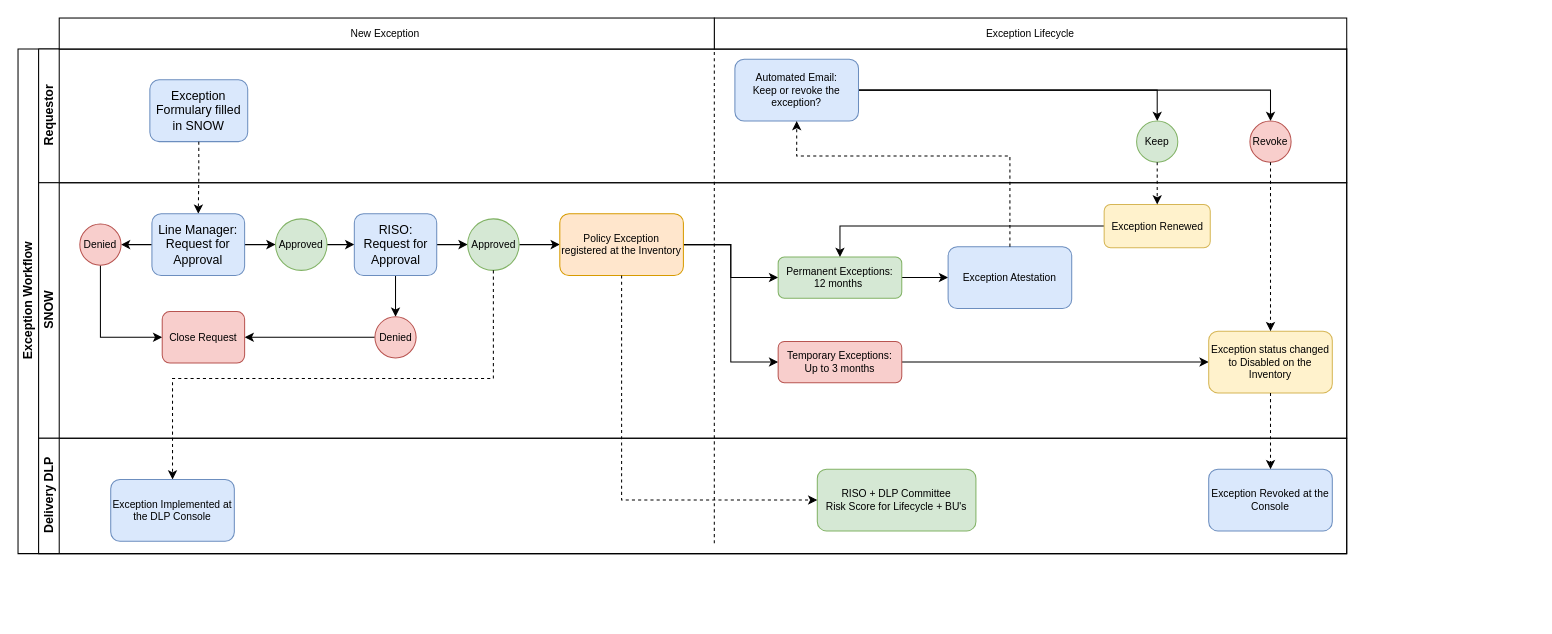
This is Fluxograma.drawio from jovblopes/Internet-of-Things, a draw.io file, before an edit. Source tidied: cells renumbered, new cells numbered last; positions are measured from the earlier drawing's top-left corner, leaving out a move shared by most shapes. Both pictures are drawn from the tidied source at 103%, with x=0, y=0 at pixel (18, 18).
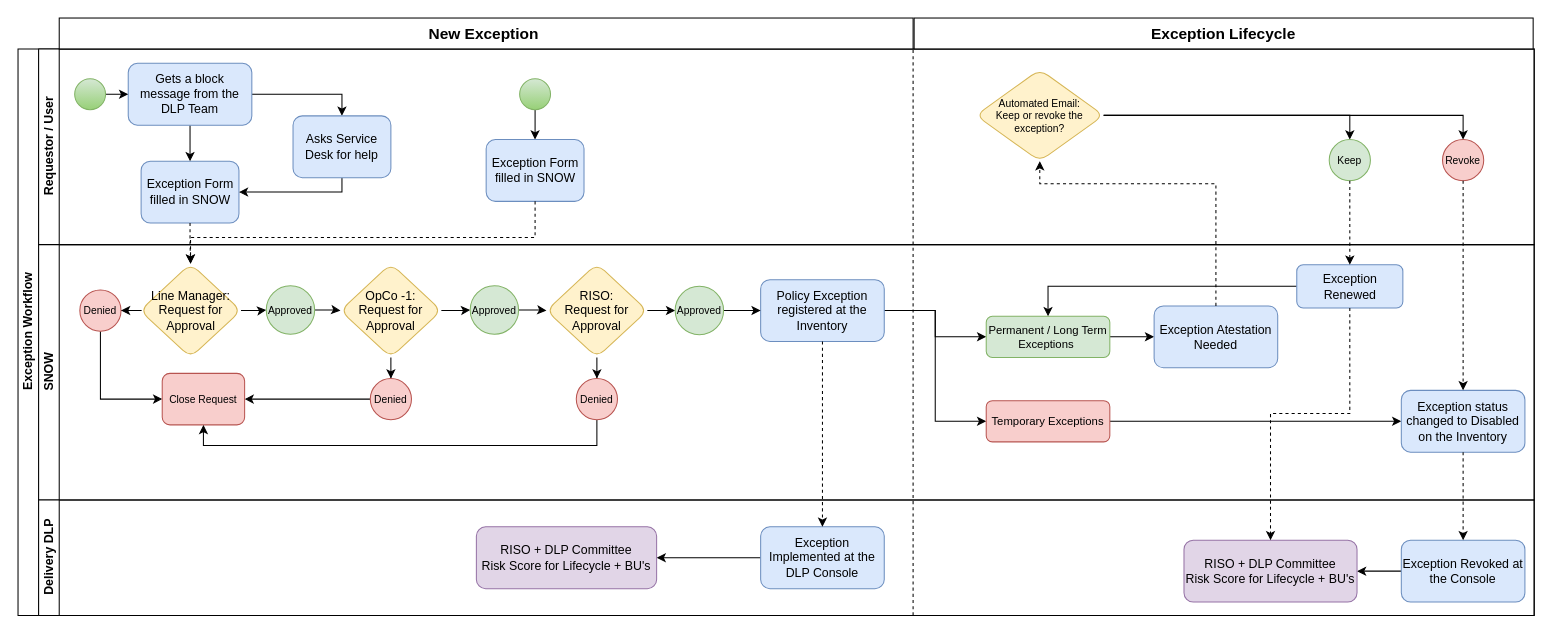
Above is the later version.

Unchanged cells that the change refers to:
```xml
<mxCell id="29" value="Close Request" style="rounded=1;whiteSpace=wrap;html=1;fontSize=10;fillColor=#f8cecc;strokeColor=#b85450;" parent="14" vertex="1">
  <mxGeometry x="120" y="125" width="80" height="50" as="geometry" />
</mxCell>
```

What changed in the source:
```diff
@@
     <mxCell id="2" style="group;" parent="1" vertex="1">
-      <mxGeometry width="1290" height="510" as="geometry" />
+      <mxGeometry width="1472" height="520" as="geometry" />
     </mxCell>
     <mxCell id="3" style="group;" parent="2" vertex="1">
-      <mxGeometry width="1290" height="510" as="geometry" />
+      <mxGeometry width="1472" height="520" as="geometry" />
     </mxCell>
     <mxCell id="4" value="Exception Workflow" style="swimlane;html=1;horizontal=0;startSize=20;" parent="3" vertex="1">
-      <mxGeometry y="30" width="1290" height="490" as="geometry" />
+      <mxGeometry y="30" width="1472" height="550" as="geometry" />
     </mxCell>
-    <mxCell id="5" value="Requestor" style="swimlane;html=1;startSize=20;horizontal=0;" parent="4" vertex="1">
-      <mxGeometry x="20" width="1270" height="130" as="geometry" />
+    <mxCell id="5" value="Requestor / User" style="swimlane;html=1;startSize=20;horizontal=0;" parent="4" vertex="1">
+      <mxGeometry x="20" width="1452" height="190" as="geometry" />
     </mxCell>
-    <mxCell id="6" value="Exception Formulary filled in SNOW" style="rounded=1;whiteSpace=wrap;html=1;fontFamily=Helvetica;fontSize=12;align=center;fillColor=#dae8fc;strokeColor=#6c8ebf;" parent="5" vertex="1">
-      <mxGeometry x="108" y="30" width="95" height="60" as="geometry" />
+    <mxCell id="6" value="Exception Form filled in SNOW" style="rounded=1;whiteSpace=wrap;html=1;fontFamily=Helvetica;fontSize=12;align=center;fillColor=#dae8fc;strokeColor=#6c8ebf;" parent="5" vertex="1">
+      <mxGeometry x="99.5" y="109" width="95" height="60" as="geometry" />
     </mxCell>
-    <mxCell id="7" value="Exception Lifecycle" style="rounded=0;whiteSpace=wrap;html=1;fontSize=10;" parent="5" vertex="1">
-      <mxGeometry x="656" y="-30" width="614" height="30" as="geometry" />
+    <mxCell id="7" value="Exception Lifecycle" style="rounded=0;whiteSpace=wrap;html=1;fontSize=15;fontStyle=1;" parent="5" vertex="1">
+      <mxGeometry x="850" y="-30" width="601" height="30" as="geometry" />
     </mxCell>
     <mxCell id="8" style="edgeStyle=orthogonalEdgeStyle;rounded=0;jettySize=auto;html=1;entryX=0.5;entryY=0;entryDx=0;entryDy=0;fontSize=10;" parent="5" edge="1" source="10" target="11">
-      <mxGeometry relative="1" as="geometry" />
+      <mxGeometry relative="1" as="geometry">
+        <Array as="points">
+          <mxPoint x="1273" y="65" />
+        </Array>
+      </mxGeometry>
     </mxCell>
     <mxCell id="9" style="edgeStyle=orthogonalEdgeStyle;rounded=0;jettySize=auto;html=1;entryX=0.5;entryY=0;entryDx=0;entryDy=0;fontSize=10;" parent="5" edge="1" source="10" target="12">
-      <mxGeometry relative="1" as="geometry" />
+      <mxGeometry relative="1" as="geometry">
+        <Array as="points">
+          <mxPoint x="1383" y="65" />
+        </Array>
+      </mxGeometry>
     </mxCell>
-    <mxCell id="10" value="Automated Email:&lt;br&gt;Keep or revoke the exception?" style="rounded=1;whiteSpace=wrap;html=1;fontSize=10;fillColor=#dae8fc;strokeColor=#6c8ebf;" parent="5" vertex="1">
-      <mxGeometry x="676" y="10" width="120" height="60" as="geometry" />
+    <mxCell id="10" value="Automated Email:&lt;br&gt;Keep or revoke the exception?" style="rhombus;&#10;rounded=1;whiteSpace=wrap;html=1;fontSize=10;fillColor=#fff2cc;strokeColor=#d6b656;rounded=1;" parent="5" vertex="1">
+      <mxGeometry x="910" y="20" width="124" height="89" as="geometry" />
     </mxCell>
     <mxCell id="11" value="Keep" style="ellipse;whiteSpace=wrap;html=1;rounded=1;fontSize=10;fillColor=#d5e8d4;strokeColor=#82b366;" parent="5" vertex="1">
-      <mxGeometry x="1066" y="70" width="40" height="40" as="geometry" />
+      <mxGeometry x="1253" y="88" width="40" height="40" as="geometry" />
     </mxCell>
     <mxCell id="12" value="Revoke" style="ellipse;whiteSpace=wrap;html=1;rounded=1;fontSize=10;fillColor=#f8cecc;strokeColor=#b85450;" parent="5" vertex="1">
-      <mxGeometry x="1176" y="70" width="40" height="40" as="geometry" />
+      <mxGeometry x="1363" y="88" width="40" height="40" as="geometry" />
     </mxCell>
-    <mxCell id="13" style="edgeStyle=orthogonalEdgeStyle;rounded=0;jettySize=auto;html=1;entryX=0.5;entryY=0;entryDx=0;entryDy=0;dashed=1;" parent="4" edge="1" source="6" target="17">
-      <mxGeometry relative="1" as="geometry" />
-    </mxCell>
+    <mxCell id="53" style="edgeStyle=orthogonalEdgeStyle;rounded=0;jettySize=auto;html=1;entryX=0.5;entryY=0;entryDx=0;entryDy=0;fontSize=10;" parent="5" edge="1" source="55" target="6">
+      <mxGeometry relative="1" as="geometry" />
+    </mxCell>
+    <mxCell id="54" style="edgeStyle=orthogonalEdgeStyle;rounded=0;jettySize=auto;html=1;entryX=0.5;entryY=0;entryDx=0;entryDy=0;fontSize=10;" parent="5" edge="1" source="55" target="57">
+      <mxGeometry relative="1" as="geometry" />
+    </mxCell>
+    <mxCell id="55" value="&lt;font style=&quot;font-size: 12px&quot;&gt;Gets a block message from the DLP Team&lt;/font&gt;" style="rounded=1;whiteSpace=wrap;html=1;fontSize=10;fillColor=#dae8fc;strokeColor=#6c8ebf;" parent="5" vertex="1">
+      <mxGeometry x="87" y="14" width="120" height="60" as="geometry" />
+    </mxCell>
+    <mxCell id="56" style="edgeStyle=orthogonalEdgeStyle;rounded=0;jettySize=auto;html=1;entryX=1;entryY=0.5;entryDx=0;entryDy=0;fontSize=10;" parent="5" edge="1" source="57" target="6">
+      <mxGeometry relative="1" as="geometry">
+        <Array as="points">
+          <mxPoint x="295" y="139" />
+        </Array>
+      </mxGeometry>
+    </mxCell>
+    <mxCell id="57" value="Asks Service Desk for help" style="rounded=1;whiteSpace=wrap;html=1;fontFamily=Helvetica;fontSize=12;align=center;fillColor=#dae8fc;strokeColor=#6c8ebf;" parent="5" vertex="1">
+      <mxGeometry x="247" y="65" width="95" height="60" as="geometry" />
+    </mxCell>
+    <mxCell id="58" style="edgeStyle=orthogonalEdgeStyle;rounded=0;jettySize=auto;html=1;entryX=0;entryY=0.5;entryDx=0;entryDy=0;fontSize=10;" parent="5" edge="1" source="59" target="55">
+      <mxGeometry relative="1" as="geometry" />
+    </mxCell>
+    <mxCell id="59" style="ellipse;whiteSpace=wrap;html=1;rounded=1;fontSize=10;fillColor=#d5e8d4;strokeColor=#82b366;gradientColor=#97d077;" parent="5" vertex="1">
+      <mxGeometry x="35" y="29" width="30" height="30" as="geometry" />
+    </mxCell>
+    <mxCell id="60" style="edgeStyle=orthogonalEdgeStyle;rounded=0;jettySize=auto;html=1;entryX=0.5;entryY=0;entryDx=0;entryDy=0;fontSize=10;" parent="5" edge="1" source="61" target="62">
+      <mxGeometry relative="1" as="geometry" />
+    </mxCell>
+    <mxCell id="61" style="ellipse;whiteSpace=wrap;html=1;rounded=1;fontSize=10;fillColor=#d5e8d4;strokeColor=#82b366;gradientColor=#97d077;" parent="5" vertex="1">
+      <mxGeometry x="467" y="29" width="30" height="30" as="geometry" />
+    </mxCell>
+    <mxCell id="62" value="Exception Form filled in SNOW" style="rounded=1;whiteSpace=wrap;html=1;fontFamily=Helvetica;fontSize=12;align=center;fillColor=#dae8fc;strokeColor=#6c8ebf;" parent="5" vertex="1">
+      <mxGeometry x="434.5" y="88" width="95" height="60" as="geometry" />
+    </mxCell>
     <mxCell id="14" value="SNOW" style="swimlane;html=1;startSize=20;horizontal=0;" parent="4" vertex="1">
-      <mxGeometry x="20" y="130" width="1270" height="248" as="geometry" />
+      <mxGeometry x="20" y="190" width="1452" height="248" as="geometry" />
     </mxCell>
@@
-    <mxCell id="17" value="Line Manager:&lt;br&gt;Request for Approval" style="rounded=1;whiteSpace=wrap;html=1;fontFamily=Helvetica;fontSize=12;align=center;fillColor=#dae8fc;strokeColor=#6c8ebf;" parent="14" vertex="1">
-      <mxGeometry x="110" y="30" width="90" height="60" as="geometry" />
+    <mxCell id="17" value="&lt;font style=&quot;font-size: 12px&quot;&gt;Line Manager:&lt;br&gt;Request for Approval&lt;/font&gt;" style="rhombus;rounded=1;whiteSpace=wrap;html=1;fontFamily=Helvetica;fontSize=12;align=center;fillColor=#fff2cc;strokeColor=#d6b656;" parent="14" vertex="1">
+      <mxGeometry x="98.5" y="18.5" width="98" height="91" as="geometry" />
     </mxCell>
@@
     <mxCell id="19" value="Approved" style="ellipse;whiteSpace=wrap;html=1;fillColor=#d5e8d4;strokeColor=#82b366;fontSize=10;" parent="14" vertex="1">
-      <mxGeometry x="230" y="35" width="50" height="50" as="geometry" />
+      <mxGeometry x="221" y="40" width="47" height="47" as="geometry" />
     </mxCell>
@@
     <mxCell id="21" value="Denied" style="ellipse;whiteSpace=wrap;html=1;rounded=1;fontSize=10;fillColor=#f8cecc;strokeColor=#b85450;" parent="14" vertex="1">
-      <mxGeometry x="40" y="40" width="40" height="40" as="geometry" />
+      <mxGeometry x="40" y="44" width="40" height="40" as="geometry" />
     </mxCell>
@@
-    <mxCell id="24" value="RISO:&lt;br&gt;Request for Approval" style="rounded=1;whiteSpace=wrap;html=1;fontFamily=Helvetica;fontSize=12;align=center;fillColor=#dae8fc;strokeColor=#6c8ebf;" parent="14" vertex="1">
-      <mxGeometry x="306.5" y="30" width="80" height="60" as="geometry" />
+    <mxCell id="24" value="OpCo -1:&lt;br&gt;Request for Approval" style="rhombus;rounded=1;whiteSpace=wrap;html=1;fontFamily=Helvetica;fontSize=12;align=center;fillColor=#fff2cc;strokeColor=#d6b656;" parent="14" vertex="1">
+      <mxGeometry x="293" y="18.5" width="98" height="91" as="geometry" />
     </mxCell>
-    <mxCell id="25" style="edgeStyle=orthogonalEdgeStyle;rounded=0;jettySize=auto;html=1;entryX=0;entryY=0.5;entryDx=0;entryDy=0;fontSize=10;" parent="14" edge="1" source="26" target="32">
-      <mxGeometry relative="1" as="geometry" />
-    </mxCell>
+    <mxCell id="63" style="edgeStyle=orthogonalEdgeStyle;rounded=0;jettySize=auto;html=1;entryX=0;entryY=0.5;entryDx=0;entryDy=0;fontSize=10;" parent="14" edge="1" source="26" target="66">
+      <mxGeometry relative="1" as="geometry" />
+    </mxCell>
     <mxCell id="26" value="Approved" style="ellipse;whiteSpace=wrap;html=1;fillColor=#d5e8d4;strokeColor=#82b366;fontSize=10;" parent="14" vertex="1">
-      <mxGeometry x="416.5" y="35" width="50" height="50" as="geometry" />
+      <mxGeometry x="419" y="40" width="47" height="47" as="geometry" />
     </mxCell>
@@
     <mxCell id="28" value="Denied" style="ellipse;whiteSpace=wrap;html=1;rounded=1;fontSize=10;fillColor=#f8cecc;strokeColor=#b85450;" parent="14" vertex="1">
-      <mxGeometry x="326.5" y="130" width="40" height="40" as="geometry" />
+      <mxGeometry x="322" y="130" width="40" height="40" as="geometry" />
     </mxCell>
@@
-    <mxCell id="32" value="Policy Exception registered at the Inventory" style="rounded=1;whiteSpace=wrap;html=1;fontSize=10;fillColor=#ffe6cc;strokeColor=#d79b00;" parent="14" vertex="1">
-      <mxGeometry x="506" y="30" width="120" height="60" as="geometry" />
+    <mxCell id="32" value="Policy Exception registered at the Inventory" style="rounded=1;whiteSpace=wrap;html=1;fontSize=12;fillColor=#dae8fc;strokeColor=#6c8ebf;" parent="14" vertex="1">
+      <mxGeometry x="701" y="34" width="120" height="60" as="geometry" />
     </mxCell>
@@
-    <mxCell id="34" value="Temporary Exceptions:&lt;br&gt;Up to 3 months" style="rounded=1;whiteSpace=wrap;html=1;fontSize=10;fillColor=#f8cecc;strokeColor=#b85450;" parent="14" vertex="1">
-      <mxGeometry x="718" y="154" width="120" height="40" as="geometry" />
+    <mxCell id="34" value="Temporary Exceptions" style="rounded=1;whiteSpace=wrap;html=1;fontSize=11;fillColor=#f8cecc;strokeColor=#b85450;" parent="14" vertex="1">
+      <mxGeometry x="920" y="151.5" width="120" height="40" as="geometry" />
     </mxCell>
@@
-    <mxCell id="36" value="Permanent Exceptions:&lt;br&gt;12 months&amp;nbsp;" style="rounded=1;whiteSpace=wrap;html=1;fontSize=10;fillColor=#d5e8d4;strokeColor=#82b366;" parent="14" vertex="1">
-      <mxGeometry x="718" y="72" width="120" height="40" as="geometry" />
+    <mxCell id="36" value="Permanent / Long Term Exceptions&amp;nbsp;" style="rounded=1;whiteSpace=wrap;html=1;fontSize=11;fillColor=#d5e8d4;strokeColor=#82b366;" parent="14" vertex="1">
+      <mxGeometry x="920" y="69.5" width="120" height="40" as="geometry" />
     </mxCell>
-    <mxCell id="37" value="Exception Atestation" style="rounded=1;whiteSpace=wrap;html=1;fontSize=10;fillColor=#dae8fc;strokeColor=#6c8ebf;" parent="14" vertex="1">
-      <mxGeometry x="883" y="62" width="120" height="60" as="geometry" />
+    <mxCell id="37" value="&lt;font style=&quot;font-size: 12px&quot;&gt;Exception Atestation Needed&lt;/font&gt;" style="rounded=1;whiteSpace=wrap;html=1;fontSize=10;fillColor=#dae8fc;strokeColor=#6c8ebf;" parent="14" vertex="1">
+      <mxGeometry x="1083" y="59.5" width="120" height="60" as="geometry" />
     </mxCell>
-    <mxCell id="38" value="Exception status changed to Disabled on the Inventory" style="rounded=1;whiteSpace=wrap;html=1;fontSize=10;fillColor=#fff2cc;strokeColor=#d6b656;" parent="14" vertex="1">
-      <mxGeometry x="1136" y="144" width="120" height="60" as="geometry" />
+    <mxCell id="38" value="Exception status changed to Disabled on the Inventory" style="rounded=1;whiteSpace=wrap;html=1;fontSize=12;fillColor=#dae8fc;strokeColor=#6c8ebf;" parent="14" vertex="1">
+      <mxGeometry x="1323" y="141.5" width="120" height="60" as="geometry" />
     </mxCell>
@@
-    <mxCell id="40" value="Exception Renewed" style="rounded=1;whiteSpace=wrap;html=1;fontSize=10;fillColor=#fff2cc;strokeColor=#d6b656;" parent="14" vertex="1">
-      <mxGeometry x="1034.5" y="21" width="103" height="42" as="geometry" />
+    <mxCell id="40" value="Exception Renewed" style="rounded=1;whiteSpace=wrap;html=1;fontSize=12;fillColor=#dae8fc;strokeColor=#6c8ebf;" parent="14" vertex="1">
+      <mxGeometry x="1221.5" y="19.5" width="103" height="42" as="geometry" />
     </mxCell>
-    <mxCell id="41" style="edgeStyle=orthogonalEdgeStyle;rounded=0;jettySize=auto;html=1;entryX=0.5;entryY=0;entryDx=0;entryDy=0;fontSize=10;dashed=1;" parent="4" edge="1" source="26" target="43">
-      <mxGeometry relative="1" as="geometry">
-        <Array as="points">
-          <mxPoint x="462" y="320" />
-          <mxPoint x="150" y="320" />
-        </Array>
-      </mxGeometry>
-    </mxCell>
+    <mxCell id="64" style="edgeStyle=orthogonalEdgeStyle;rounded=0;jettySize=auto;html=1;entryX=0.5;entryY=0;entryDx=0;entryDy=0;fontSize=10;" parent="14" edge="1" source="66" target="68">
+      <mxGeometry relative="1" as="geometry" />
+    </mxCell>
+    <mxCell id="65" style="edgeStyle=orthogonalEdgeStyle;rounded=0;jettySize=auto;html=1;entryX=0;entryY=0.5;entryDx=0;entryDy=0;fontSize=10;" parent="14" edge="1" source="66" target="70">
+      <mxGeometry relative="1" as="geometry" />
+    </mxCell>
+    <mxCell id="66" value="RISO:&lt;br&gt;Request for Approval" style="rhombus;rounded=1;whiteSpace=wrap;html=1;fontFamily=Helvetica;fontSize=12;align=center;fillColor=#fff2cc;strokeColor=#d6b656;" parent="14" vertex="1">
+      <mxGeometry x="493" y="18.5" width="98" height="91" as="geometry" />
+    </mxCell>
+    <mxCell id="67" style="edgeStyle=orthogonalEdgeStyle;rounded=0;jettySize=auto;html=1;entryX=0.5;entryY=1;entryDx=0;entryDy=0;fontSize=10;" parent="14" edge="1" source="68" target="29">
+      <mxGeometry relative="1" as="geometry">
+        <Array as="points">
+          <mxPoint x="542" y="195" />
+          <mxPoint x="160" y="195" />
+        </Array>
+      </mxGeometry>
+    </mxCell>
+    <mxCell id="68" value="Denied" style="ellipse;whiteSpace=wrap;html=1;rounded=1;fontSize=10;fillColor=#f8cecc;strokeColor=#b85450;" parent="14" vertex="1">
+      <mxGeometry x="522" y="130" width="40" height="40" as="geometry" />
+    </mxCell>
+    <mxCell id="69" style="edgeStyle=orthogonalEdgeStyle;rounded=0;jettySize=auto;html=1;entryX=0;entryY=0.5;entryDx=0;entryDy=0;fontSize=10;" parent="14" edge="1" source="70" target="32">
+      <mxGeometry relative="1" as="geometry" />
+    </mxCell>
+    <mxCell id="70" value="Approved" style="ellipse;whiteSpace=wrap;html=1;fillColor=#d5e8d4;strokeColor=#82b366;fontSize=10;" parent="14" vertex="1">
+      <mxGeometry x="618" y="40.5" width="47" height="47" as="geometry" />
+    </mxCell>
     <mxCell id="42" value="Delivery DLP" style="swimlane;html=1;startSize=20;horizontal=0;" parent="4" vertex="1">
-      <mxGeometry x="20" y="378" width="1270" height="112" as="geometry" />
+      <mxGeometry x="20" y="438" width="1452" height="112" as="geometry" />
     </mxCell>
+    <mxCell id="71" style="edgeStyle=orthogonalEdgeStyle;rounded=0;jettySize=auto;html=1;entryX=1;entryY=0.5;entryDx=0;entryDy=0;fontSize=10;" parent="42" edge="1" source="43" target="73">
+      <mxGeometry relative="1" as="geometry" />
+    </mxCell>
-    <mxCell id="43" value="Exception Implemented at the DLP Console" style="rounded=1;whiteSpace=wrap;html=1;fontSize=10;fillColor=#dae8fc;strokeColor=#6c8ebf;" parent="42" vertex="1">
-      <mxGeometry x="70" y="40" width="120" height="60" as="geometry" />
+    <mxCell id="43" value="Exception Implemented at the DLP Console" style="rounded=1;whiteSpace=wrap;html=1;fontSize=12;fillColor=#dae8fc;strokeColor=#6c8ebf;" parent="42" vertex="1">
+      <mxGeometry x="701" y="26" width="120" height="60" as="geometry" />
     </mxCell>
+    <mxCell id="72" style="edgeStyle=orthogonalEdgeStyle;rounded=0;jettySize=auto;html=1;entryX=1;entryY=0.5;entryDx=0;entryDy=0;fontSize=10;" parent="42" edge="1" source="44" target="45">
+      <mxGeometry relative="1" as="geometry" />
+    </mxCell>
-    <mxCell id="44" value="Exception Revoked at the Console" style="rounded=1;whiteSpace=wrap;html=1;fontSize=10;fillColor=#dae8fc;strokeColor=#6c8ebf;" parent="42" vertex="1">
-      <mxGeometry x="1136" y="30" width="120" height="60" as="geometry" />
+    <mxCell id="44" value="Exception Revoked at the Console" style="rounded=1;whiteSpace=wrap;html=1;fontSize=12;fillColor=#dae8fc;strokeColor=#6c8ebf;" parent="42" vertex="1">
+      <mxGeometry x="1323" y="39" width="120" height="60" as="geometry" />
     </mxCell>
-    <mxCell id="45" value="RISO + DLP Committee&lt;br&gt;Risk Score for Lifecycle + BU's" style="rounded=1;whiteSpace=wrap;html=1;fontSize=10;fillColor=#d5e8d4;strokeColor=#82b366;" parent="42" vertex="1">
-      <mxGeometry x="756" y="30" width="154" height="60" as="geometry" />
+    <mxCell id="45" value="RISO + DLP Committee&lt;br style=&quot;font-size: 12px;&quot;&gt;Risk Score for Lifecycle + BU's" style="rounded=1;whiteSpace=wrap;html=1;fontSize=12;fillColor=#e1d5e7;strokeColor=#9673a6;" parent="42" vertex="1">
+      <mxGeometry x="1112" y="39" width="168" height="60" as="geometry" />
     </mxCell>
+    <mxCell id="73" value="RISO + DLP Committee&lt;br style=&quot;font-size: 12px;&quot;&gt;Risk Score for Lifecycle + BU's" style="rounded=1;whiteSpace=wrap;html=1;fontSize=12;fillColor=#e1d5e7;strokeColor=#9673a6;" parent="42" vertex="1">
+      <mxGeometry x="425" y="26" width="175" height="60" as="geometry" />
+    </mxCell>
@@
-    <mxCell id="49" style="edgeStyle=orthogonalEdgeStyle;rounded=0;jettySize=auto;html=1;entryX=0;entryY=0.5;entryDx=0;entryDy=0;fontSize=10;dashed=1;" parent="4" edge="1" source="32" target="45">
-      <mxGeometry relative="1" as="geometry">
-        <Array as="points">
-          <mxPoint x="586" y="438" />
-        </Array>
-      </mxGeometry>
-    </mxCell>
+    <mxCell id="74" style="edgeStyle=orthogonalEdgeStyle;rounded=0;jettySize=auto;html=1;entryX=0.5;entryY=0;entryDx=0;entryDy=0;fontSize=10;dashed=1;" parent="4" edge="1" source="40" target="45">
+      <mxGeometry relative="1" as="geometry">
+        <Array as="points">
+          <mxPoint x="1293" y="354" />
+          <mxPoint x="1216" y="354" />
+        </Array>
+      </mxGeometry>
+    </mxCell>
-    <mxCell id="50" style="edgeStyle=orthogonalEdgeStyle;rounded=0;jettySize=auto;html=1;entryX=0.5;entryY=1;entryDx=0;entryDy=0;fontSize=10;dashed=1;" parent="4" edge="1" source="37" target="10">
+    <mxCell id="50" style="edgeStyle=orthogonalEdgeStyle;rounded=0;jettySize=auto;html=1;entryX=0.5;entryY=1;entryDx=0;entryDy=0;fontSize=10;dashed=1;exitX=0.5;exitY=0;exitDx=0;exitDy=0;" parent="4" edge="1" source="37" target="10">
       <mxGeometry relative="1" as="geometry">
         <Array as="points">
-          <mxPoint x="963" y="104" />
-          <mxPoint x="756" y="104" />
+          <mxPoint x="1163" y="131" />
+          <mxPoint x="992" y="131" />
         </Array>
       </mxGeometry>
     </mxCell>
+    <mxCell id="75" style="edgeStyle=orthogonalEdgeStyle;rounded=0;jettySize=auto;html=1;entryX=0.5;entryY=0;entryDx=0;entryDy=0;fontSize=10;dashed=1;" parent="4" edge="1" source="32" target="43">
+      <mxGeometry relative="1" as="geometry" />
+    </mxCell>
+    <mxCell id="13" style="edgeStyle=orthogonalEdgeStyle;rounded=0;jettySize=auto;html=1;entryX=0.5;entryY=0;entryDx=0;entryDy=0;fontSize=10;dashed=1;" parent="4" edge="1" source="6" target="17">
+      <mxGeometry relative="1" as="geometry" />
+    </mxCell>
+    <mxCell id="76" style="edgeStyle=orthogonalEdgeStyle;rounded=0;jettySize=auto;html=1;entryX=0.5;entryY=0;entryDx=0;entryDy=0;fontSize=10;dashed=1;" parent="4" edge="1" source="62" target="17">
+      <mxGeometry relative="1" as="geometry">
+        <Array as="points">
+          <mxPoint x="502" y="183" />
+          <mxPoint x="167" y="183" />
+        </Array>
+      </mxGeometry>
+    </mxCell>
-    <mxCell id="51" value="New Exception&amp;nbsp;" style="rounded=0;whiteSpace=wrap;html=1;fontSize=10;" parent="3" vertex="1">
-      <mxGeometry x="40" width="636" height="30" as="geometry" />
+    <mxCell id="51" value="New Exception&amp;nbsp;" style="rounded=0;whiteSpace=wrap;html=1;fontSize=15;fontStyle=1;" parent="3" vertex="1">
+      <mxGeometry x="40" width="829" height="30" as="geometry" />
     </mxCell>
-    <mxCell id="52" style="endArrow=none;dashed=1;html=1;fontSize=10;entryX=0;entryY=1;entryDx=0;entryDy=0;" parent="2" edge="1" target="7">
-      <mxGeometry relative="1" as="geometry">
-        <mxPoint x="676" y="510" as="sourcePoint" />
-      </mxGeometry>
-    </mxCell>
+    <mxCell id="77" style="endArrow=none;dashed=1;html=1;fontSize=10;entryX=1;entryY=1;entryDx=0;entryDy=0;" parent="1" edge="1" target="51">
+      <mxGeometry relative="1" as="geometry">
+        <mxPoint x="869" y="580" as="sourcePoint" />
+      </mxGeometry>
+    </mxCell>
```
